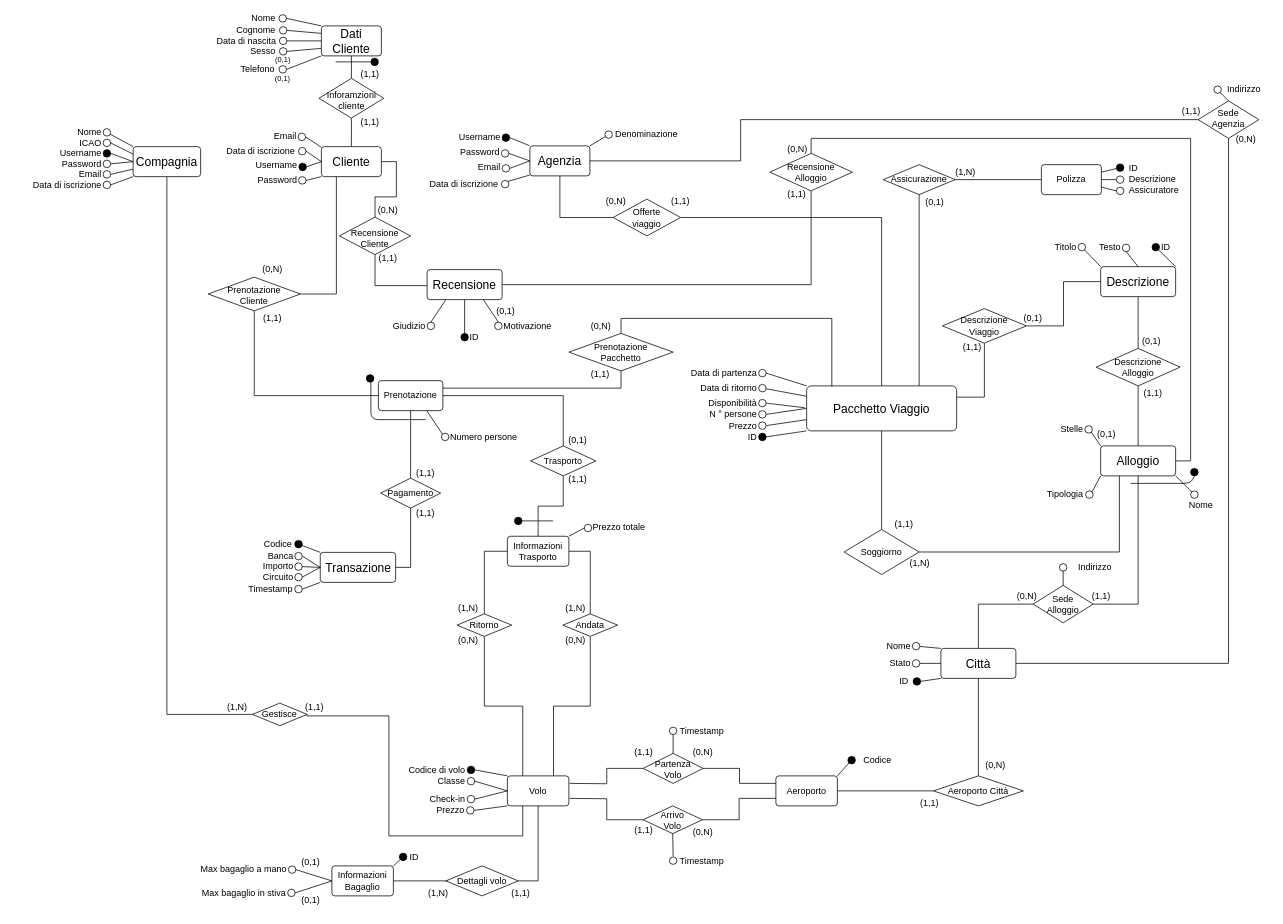
Earlier version of the draw.io diagram page "ER - Logico" (2 of 3) of E-R/E-R.drawio (bustre/Easy-travel). Source tidied: cells renumbered, new cells numbered last; positions are measured from the earlier drawing's top-left corner, leaving out a move shared by most shapes. Both pictures are drawn from the tidied source at 75%, with x=0, y=0 at pixel (13, 14).
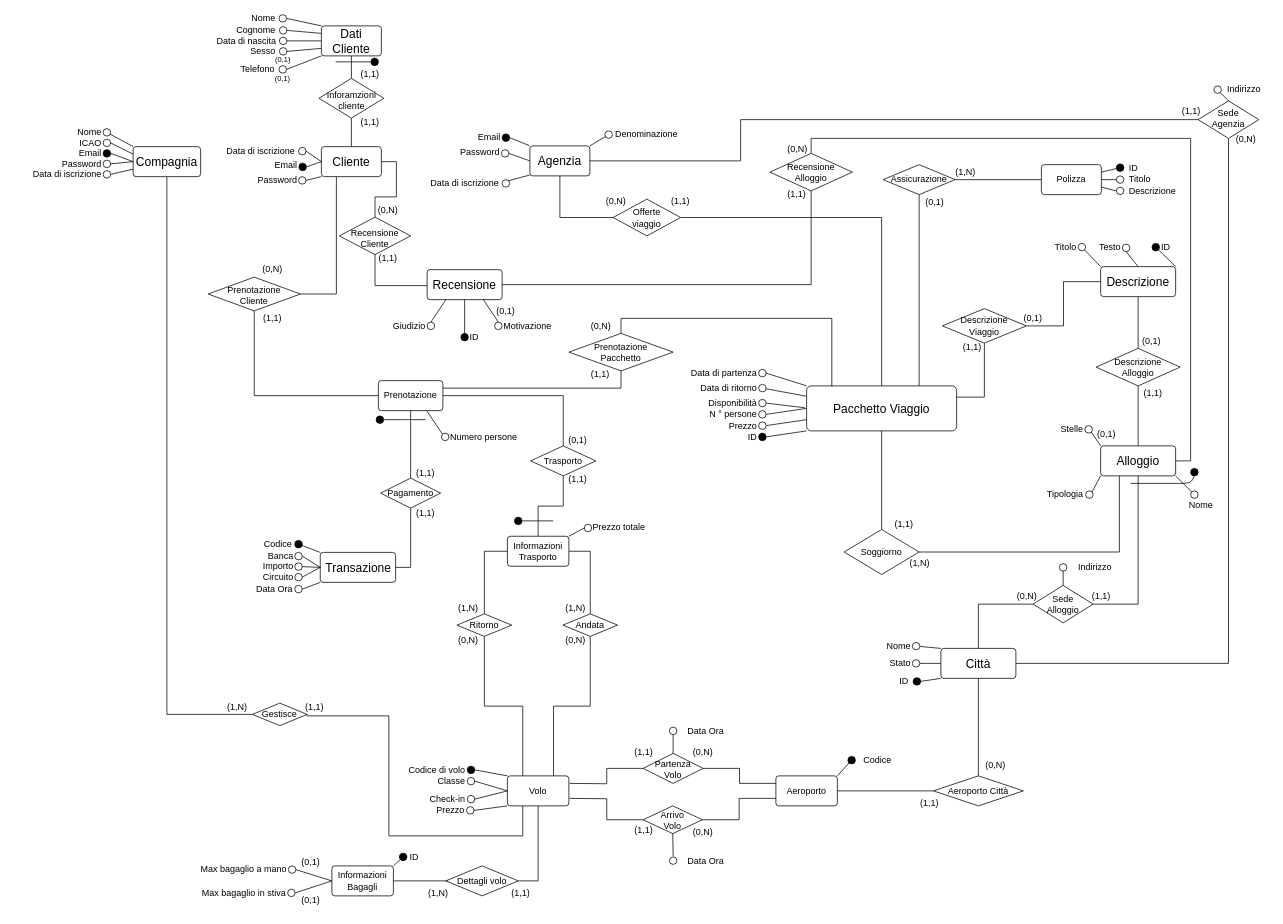
Above is the later version.

The change refers to these unchanged cells:
```xml
<mxCell id="37" value="Agenzia" style="rounded=1;arcSize=10;whiteSpace=wrap;align=center;fontSize=16;" parent="1" vertex="1">
  <mxGeometry x="689" y="175" width="80" height="40" as="geometry" />
</mxCell>
<mxCell id="259" value="Compagnia" style="rounded=1;arcSize=10;whiteSpace=wrap;align=center;fontSize=16;" parent="1" vertex="1">
  <mxGeometry x="160" y="176" width="90" height="40" as="geometry" />
</mxCell>
```

What changed in the source:
```diff
@@
-    <mxCell id="45" value="Username" style="text;strokeColor=none;fillColor=none;align=right;verticalAlign=middle;whiteSpace=wrap;rounded=0;fontSize=12;" parent="1" vertex="1">
+    <mxCell id="45" value="Email" style="text;strokeColor=none;fillColor=none;align=right;verticalAlign=middle;whiteSpace=wrap;rounded=0;fontSize=12;" parent="1" vertex="1">
       <mxGeometry x="261" y="196" width="120" height="10" as="geometry" />
     </mxCell>
@@
-    <mxCell id="48" style="ellipse;whiteSpace=wrap;fontSize=16;" parent="1" vertex="1">
-      <mxGeometry x="380" y="158" width="10" height="10" as="geometry" />
-    </mxCell>
-    <mxCell id="49" value="Email" style="text;strokeColor=none;fillColor=none;align=right;verticalAlign=middle;whiteSpace=wrap;rounded=0;fontSize=12;" parent="1" vertex="1">
-      <mxGeometry x="260" y="157" width="120" height="10" as="geometry" />
-    </mxCell>
@@
-    <mxCell id="51" style="endArrow=none;rounded=0;entryX=1;entryY=0.5;entryDx=0;entryDy=0;exitX=0;exitY=0;exitDx=0;exitDy=0;" parent="1" edge="1" target="48">
-      <mxGeometry relative="1" as="geometry">
-        <mxPoint x="411" y="177" as="sourcePoint" />
-      </mxGeometry>
-    </mxCell>
@@
-    <mxCell id="88" style="ellipse;whiteSpace=wrap;fillColor=#000000;" parent="1" vertex="1">
-      <mxGeometry x="471" y="480" width="10" height="10" as="geometry" />
-    </mxCell>
@@
-    <mxCell id="139" value="Descrizione" style="text;strokeColor=none;fillColor=none;align=left;verticalAlign=middle;whiteSpace=wrap;rounded=0;" parent="1" vertex="1">
+    <mxCell id="139" value="Titolo" style="text;strokeColor=none;fillColor=none;align=left;verticalAlign=middle;whiteSpace=wrap;rounded=0;" parent="1" vertex="1">
       <mxGeometry x="1486" y="212" width="65" height="16" as="geometry" />
     </mxCell>
@@
-    <mxCell id="141" value="Assicuratore" style="text;strokeColor=none;fillColor=none;align=left;verticalAlign=middle;whiteSpace=wrap;rounded=0;" parent="1" vertex="1">
-      <mxGeometry x="1486" y="226" width="75" height="16" as="geometry" />
+    <mxCell id="141" value="Descrizione" style="text;strokeColor=none;fillColor=none;align=left;verticalAlign=middle;whiteSpace=wrap;rounded=0;" parent="1" vertex="1">
+      <mxGeometry x="1486" y="228" width="75" height="16" as="geometry" />
     </mxCell>
@@
-    <mxCell id="156" value="Timestamp" style="text;strokeColor=none;fillColor=none;align=right;verticalAlign=middle;whiteSpace=wrap;rounded=0;" parent="1" vertex="1">
+    <mxCell id="156" value="Data Ora" style="text;strokeColor=none;fillColor=none;align=right;verticalAlign=middle;whiteSpace=wrap;rounded=0;" parent="1" vertex="1">
       <mxGeometry x="315" y="761" width="60" height="10" as="geometry" />
     </mxCell>
@@
-    <mxCell id="199" style="endArrow=none;rounded=1;" parent="1" edge="1">
-      <mxGeometry relative="1" as="geometry">
-        <mxPoint x="550" y="540" as="sourcePoint" />
-        <mxPoint x="477" y="490" as="targetPoint" />
-        <Array as="points">
-          <mxPoint x="477" y="540" />
-        </Array>
-      </mxGeometry>
-    </mxCell>
@@
-    <mxCell id="221" value="Timestamp" style="text;strokeColor=none;fillColor=none;align=right;verticalAlign=middle;whiteSpace=wrap;rounded=0;" parent="1" vertex="1">
+    <mxCell id="221" value="Data Ora" style="text;strokeColor=none;fillColor=none;align=right;verticalAlign=middle;whiteSpace=wrap;rounded=0;" parent="1" vertex="1">
       <mxGeometry x="830" y="1124" width="120" height="10" as="geometry" />
     </mxCell>
@@
-    <mxCell id="227" value="Informazioni&#10;Bagaglio" style="rounded=1;arcSize=10;whiteSpace=wrap;align=center;" parent="1" vertex="1">
+    <mxCell id="227" value="Informazioni&#10;Bagagli" style="rounded=1;arcSize=10;whiteSpace=wrap;align=center;" parent="1" vertex="1">
       <mxGeometry x="425" y="1135" width="82" height="40" as="geometry" />
     </mxCell>
@@
-    <mxCell id="240" value="Timestamp" style="text;strokeColor=none;fillColor=none;align=right;verticalAlign=middle;whiteSpace=wrap;rounded=0;" parent="1" vertex="1">
+    <mxCell id="240" value="Data Ora" style="text;strokeColor=none;fillColor=none;align=right;verticalAlign=middle;whiteSpace=wrap;rounded=0;" parent="1" vertex="1">
       <mxGeometry x="885" y="950" width="64.5" height="10" as="geometry" />
     </mxCell>
@@
-    <mxCell id="295" value="Username" style="text;strokeColor=none;fillColor=none;align=right;verticalAlign=middle;whiteSpace=wrap;rounded=0;fontSize=12;" parent="1" vertex="1">
+    <mxCell id="295" value="Email" style="text;strokeColor=none;fillColor=none;align=right;verticalAlign=middle;whiteSpace=wrap;rounded=0;fontSize=12;" parent="1" vertex="1">
       <mxGeometry y="180" width="120" height="10" as="geometry" />
     </mxCell>
@@
-    <mxCell id="299" value="Email" style="text;strokeColor=none;fillColor=none;align=right;verticalAlign=middle;whiteSpace=wrap;rounded=0;fontSize=12;" parent="1" vertex="1">
+    <mxCell id="299" value="Data di iscrizione" style="text;strokeColor=none;fillColor=none;align=right;verticalAlign=middle;whiteSpace=wrap;rounded=0;fontSize=12;" parent="1" vertex="1">
       <mxGeometry y="208" width="120" height="10" as="geometry" />
     </mxCell>
@@
-    <mxCell id="303" style="ellipse;whiteSpace=wrap;fillColor=none;" parent="1" vertex="1">
-      <mxGeometry x="120" y="222" width="10" height="10" as="geometry" />
-    </mxCell>
-    <mxCell id="304" value="Data di iscrizione" style="text;strokeColor=none;fillColor=none;align=right;verticalAlign=middle;whiteSpace=wrap;rounded=0;" parent="1" vertex="1">
-      <mxGeometry x="17" y="222" width="103" height="10" as="geometry" />
-    </mxCell>
-    <mxCell id="305" style="endArrow=none;rounded=0;entryX=1;entryY=0.5;entryDx=0;entryDy=0;exitX=0;exitY=1;exitDx=0;exitDy=0;" parent="1" edge="1" source="259" target="303">
-      <mxGeometry relative="1" as="geometry" />
-    </mxCell>
@@
-    <mxCell id="307" value="Username" style="text;strokeColor=none;fillColor=none;align=right;verticalAlign=middle;whiteSpace=wrap;rounded=0;fontSize=12;" parent="1" vertex="1">
+    <mxCell id="307" value="Email" style="text;strokeColor=none;fillColor=none;align=right;verticalAlign=middle;whiteSpace=wrap;rounded=0;fontSize=12;" parent="1" vertex="1">
       <mxGeometry x="532" y="158" width="120" height="10" as="geometry" />
     </mxCell>
@@
-    <mxCell id="310" style="ellipse;whiteSpace=wrap;fontSize=16;" parent="1" vertex="1">
-      <mxGeometry x="652" y="200" width="10" height="10" as="geometry" />
-    </mxCell>
-    <mxCell id="311" value="Email" style="text;strokeColor=none;fillColor=none;align=right;verticalAlign=middle;whiteSpace=wrap;rounded=0;fontSize=12;" parent="1" vertex="1">
-      <mxGeometry x="532" y="199" width="120" height="10" as="geometry" />
-    </mxCell>
@@
-    <mxCell id="313" style="endArrow=none;rounded=0;entryX=1;entryY=0.5;entryDx=0;entryDy=0;exitX=0;exitY=0.5;exitDx=0;exitDy=0;" parent="1" edge="1" source="37" target="310">
-      <mxGeometry relative="1" as="geometry" />
-    </mxCell>
@@
     <mxCell id="315" style="ellipse;whiteSpace=wrap;fillColor=none;" parent="1" vertex="1">
-      <mxGeometry x="651" y="221" width="10" height="10" as="geometry" />
+      <mxGeometry x="652" y="220" width="10" height="10" as="geometry" />
     </mxCell>
     <mxCell id="316" value="Data di iscrizione" style="text;strokeColor=none;fillColor=none;align=right;verticalAlign=middle;whiteSpace=wrap;rounded=0;" parent="1" vertex="1">
-      <mxGeometry x="546" y="221" width="103" height="10" as="geometry" />
+      <mxGeometry x="547" y="220" width="103" height="10" as="geometry" />
     </mxCell>
@@
+    <mxCell id="329" style="edgeStyle=orthogonalEdgeStyle;rounded=0;jettySize=auto;html=1;exitX=1;exitY=0.5;exitDx=0;exitDy=0;endArrow=none;endFill=0;" parent="1" edge="1" source="330">
+      <mxGeometry relative="1" as="geometry">
+        <mxPoint x="550" y="540" as="targetPoint" />
+      </mxGeometry>
+    </mxCell>
+    <mxCell id="330" style="ellipse;whiteSpace=wrap;fillColor=#000000;" parent="1" vertex="1">
+      <mxGeometry x="484" y="535" width="10" height="10" as="geometry" />
+    </mxCell>
```
